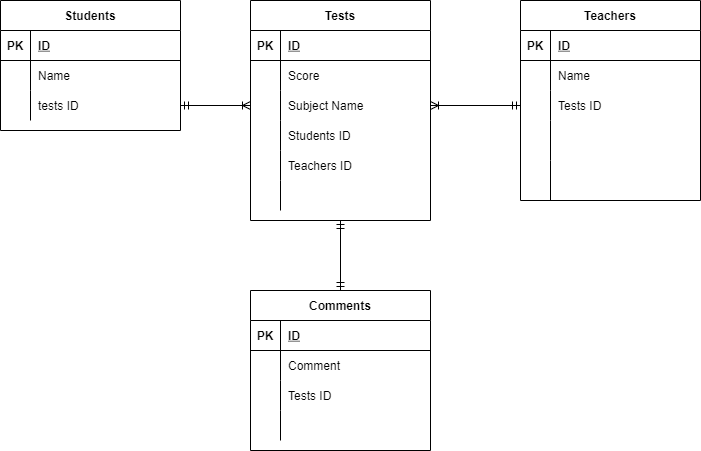
taromatsuo0422/er-test keeps this draw.io diagram as index.drawio.png. Above is the earlier version. Source tidied: cells renumbered, new cells last; positions are measured from the earlier drawing's top-left corner, leaving out a move shared by most shapes.
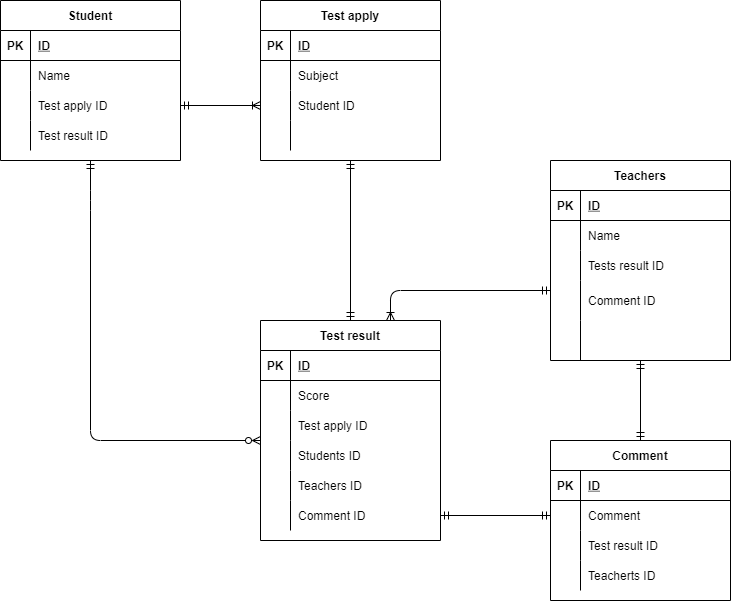
The same diagram one commit later.

The edit, as a diff of the source:
```diff
@@ -2,8 +2,8 @@
   <root>
     <mxCell id="0" />
     <mxCell id="1" parent="0" />
-    <mxCell id="2" value="Students" style="shape=table;startSize=30;rowLines=0;fontStyle=1;align=center;" parent="1" vertex="1">
-      <mxGeometry width="180" height="130" as="geometry" />
+    <mxCell id="2" value="Student" style="shape=table;startSize=30;rowLines=0;fontStyle=1;align=center;" parent="1" vertex="1">
+      <mxGeometry width="180" height="160" as="geometry" />
     </mxCell>
     <mxCell id="3" style="shape=partialRectangle;fillColor=none;top=0;left=0;bottom=1;right=0;" parent="2" vertex="1">
       <mxGeometry y="30" width="180" height="30" as="geometry" />
@@ -29,14 +29,23 @@
     <mxCell id="10" style="shape=partialRectangle;fillColor=none;top=0;left=0;bottom=0;right=0;overflow=hidden;" parent="9" vertex="1">
       <mxGeometry width="30" height="30" as="geometry" />
     </mxCell>
-    <mxCell id="11" value="tests ID" style="shape=partialRectangle;fillColor=none;top=0;left=0;bottom=0;right=0;align=left;spacingLeft=6;overflow=hidden;" parent="9" vertex="1">
+    <mxCell id="11" value="Test apply ID" style="shape=partialRectangle;fillColor=none;top=0;left=0;bottom=0;right=0;align=left;spacingLeft=6;overflow=hidden;" parent="9" vertex="1">
       <mxGeometry x="30" width="150" height="30" as="geometry" />
     </mxCell>
+    <mxCell id="63" style="shape=partialRectangle;fillColor=none;top=0;left=0;bottom=0;right=0;" parent="2" vertex="1">
+      <mxGeometry y="120" width="180" height="30" as="geometry" />
+    </mxCell>
+    <mxCell id="64" style="shape=partialRectangle;fillColor=none;top=0;left=0;bottom=0;right=0;overflow=hidden;" parent="63" vertex="1">
+      <mxGeometry width="30" height="30" as="geometry" />
+    </mxCell>
+    <mxCell id="65" value="Test result ID" style="shape=partialRectangle;fillColor=none;top=0;left=0;bottom=0;right=0;align=left;spacingLeft=6;overflow=hidden;" parent="63" vertex="1">
+      <mxGeometry x="30" width="150" height="30" as="geometry" />
+    </mxCell>
-    <mxCell id="12" style="edgeStyle=none;html=1;exitX=0.5;exitY=1;exitDx=0;exitDy=0;entryX=0.5;entryY=0;entryDx=0;entryDy=0;startArrow=ERmandOne;startFill=0;endArrow=ERmandOne;endFill=0;" parent="1" edge="1" source="13" target="48">
+    <mxCell id="12" style="edgeStyle=none;html=1;entryX=0;entryY=0.5;entryDx=0;entryDy=0;startArrow=ERmandOne;startFill=0;endArrow=ERmandOne;endFill=0;exitX=1;exitY=0.5;exitDx=0;exitDy=0;" parent="1" edge="1" source="29" target="52">
       <mxGeometry relative="1" as="geometry" />
     </mxCell>
-    <mxCell id="13" value="Tests" style="shape=table;startSize=30;rowLines=0;fontStyle=1;align=center;" parent="1" vertex="1">
-      <mxGeometry x="250" width="180" height="220" as="geometry" />
+    <mxCell id="13" value="Test result" style="shape=table;startSize=30;rowLines=0;fontStyle=1;align=center;" parent="1" vertex="1">
+      <mxGeometry x="260" y="320" width="180" height="220" as="geometry" />
     </mxCell>
     <mxCell id="14" style="shape=partialRectangle;fillColor=none;top=0;left=0;bottom=1;right=0;" parent="13" vertex="1">
       <mxGeometry y="30" width="180" height="30" as="geometry" />
@@ -62,7 +71,7 @@
     <mxCell id="21" style="shape=partialRectangle;fillColor=none;top=0;left=0;bottom=0;right=0;overflow=hidden;" parent="20" vertex="1">
       <mxGeometry width="30" height="30" as="geometry" />
     </mxCell>
-    <mxCell id="22" value="Subject Name" style="shape=partialRectangle;fillColor=none;top=0;left=0;bottom=0;right=0;align=left;spacingLeft=6;overflow=hidden;" parent="20" vertex="1">
+    <mxCell id="22" value="Test apply ID" style="shape=partialRectangle;fillColor=none;top=0;left=0;bottom=0;right=0;align=left;spacingLeft=6;overflow=hidden;" parent="20" vertex="1">
       <mxGeometry x="30" width="150" height="30" as="geometry" />
     </mxCell>
     <mxCell id="23" style="shape=partialRectangle;fillColor=none;top=0;left=0;bottom=0;right=0;" parent="13" vertex="1">
@@ -89,11 +98,11 @@
     <mxCell id="30" style="shape=partialRectangle;fillColor=none;top=0;left=0;bottom=0;right=0;overflow=hidden;" parent="29" vertex="1">
       <mxGeometry width="30" height="30" as="geometry" />
     </mxCell>
-    <mxCell id="31" style="shape=partialRectangle;fillColor=none;top=0;left=0;bottom=0;right=0;align=left;spacingLeft=6;overflow=hidden;" parent="29" vertex="1">
+    <mxCell id="31" value="Comment ID" style="shape=partialRectangle;fillColor=none;top=0;left=0;bottom=0;right=0;align=left;spacingLeft=6;overflow=hidden;" parent="29" vertex="1">
       <mxGeometry x="30" width="150" height="30" as="geometry" />
     </mxCell>
     <mxCell id="32" value="Teachers" style="shape=table;startSize=30;rowLines=0;fontStyle=1;align=center;" parent="1" vertex="1">
-      <mxGeometry x="520" width="180" height="200" as="geometry" />
+      <mxGeometry x="550" y="160" width="180" height="200" as="geometry" />
     </mxCell>
     <mxCell id="33" style="shape=partialRectangle;fillColor=none;top=0;left=0;bottom=1;right=0;" parent="32" vertex="1">
       <mxGeometry y="30" width="180" height="30" as="geometry" />
@@ -119,7 +128,7 @@
     <mxCell id="40" style="shape=partialRectangle;fillColor=none;top=0;left=0;bottom=0;right=0;overflow=hidden;" parent="39" vertex="1">
       <mxGeometry width="30" height="30" as="geometry" />
     </mxCell>
-    <mxCell id="41" value="Tests ID" style="shape=partialRectangle;fillColor=none;top=0;left=0;bottom=0;right=0;align=left;spacingLeft=6;overflow=hidden;" parent="39" vertex="1">
+    <mxCell id="41" value="Tests result ID" style="shape=partialRectangle;fillColor=none;top=0;left=0;bottom=0;right=0;align=left;spacingLeft=6;overflow=hidden;" parent="39" vertex="1">
       <mxGeometry x="30" width="150" height="30" as="geometry" />
     </mxCell>
     <mxCell id="42" style="shape=partialRectangle;fillColor=none;top=0;left=0;bottom=0;right=0;points=[[0,0.5],[1,0.5]];portConstraint=eastwest;" parent="32" vertex="1">
@@ -128,7 +137,7 @@
     <mxCell id="43" style="shape=partialRectangle;fillColor=none;top=0;left=0;bottom=0;right=0;overflow=hidden;" parent="42" vertex="1">
       <mxGeometry width="30" height="40" as="geometry" />
     </mxCell>
-    <mxCell id="44" style="shape=partialRectangle;fillColor=none;top=0;left=0;bottom=0;right=0;align=left;spacingLeft=6;overflow=hidden;" parent="42" vertex="1">
+    <mxCell id="44" value="Comment ID" style="shape=partialRectangle;fillColor=none;top=0;left=0;bottom=0;right=0;align=left;spacingLeft=6;overflow=hidden;" parent="42" vertex="1">
       <mxGeometry x="30" width="150" height="40" as="geometry" />
     </mxCell>
     <mxCell id="45" style="shape=partialRectangle;fillColor=none;top=0;left=0;bottom=0;right=0;" parent="32" vertex="1">
@@ -140,8 +149,13 @@
     <mxCell id="47" style="shape=partialRectangle;fillColor=none;top=0;left=0;bottom=0;right=0;align=left;spacingLeft=6;overflow=hidden;" parent="45" vertex="1">
       <mxGeometry x="30" width="150" height="40" as="geometry" />
     </mxCell>
+    <mxCell id="66" style="edgeStyle=none;html=1;exitX=0.5;exitY=0;exitDx=0;exitDy=0;startArrow=ERmandOne;startFill=0;endArrow=ERmandOne;endFill=0;" parent="1" edge="1" source="48">
+      <mxGeometry relative="1" as="geometry">
+        <mxPoint x="640" y="360" as="targetPoint" />
+      </mxGeometry>
+    </mxCell>
-    <mxCell id="48" value="Comments" style="shape=table;startSize=30;rowLines=0;fontStyle=1;align=center;" parent="1" vertex="1">
-      <mxGeometry x="250" y="290" width="180" height="160" as="geometry" />
+    <mxCell id="48" value="Comment" style="shape=table;startSize=30;rowLines=0;fontStyle=1;align=center;" parent="1" vertex="1">
+      <mxGeometry x="550" y="440" width="180" height="160" as="geometry" />
     </mxCell>
     <mxCell id="49" style="shape=partialRectangle;fillColor=none;top=0;left=0;bottom=1;right=0;" parent="48" vertex="1">
       <mxGeometry y="30" width="180" height="30" as="geometry" />
@@ -167,7 +181,7 @@
     <mxCell id="56" style="shape=partialRectangle;fillColor=none;top=0;left=0;bottom=0;right=0;overflow=hidden;" parent="55" vertex="1">
       <mxGeometry width="30" height="30" as="geometry" />
     </mxCell>
-    <mxCell id="57" value="Tests ID" style="shape=partialRectangle;fillColor=none;top=0;left=0;bottom=0;right=0;align=left;spacingLeft=6;overflow=hidden;" parent="55" vertex="1">
+    <mxCell id="57" value="Test result ID" style="shape=partialRectangle;fillColor=none;top=0;left=0;bottom=0;right=0;align=left;spacingLeft=6;overflow=hidden;" parent="55" vertex="1">
       <mxGeometry x="30" width="150" height="30" as="geometry" />
     </mxCell>
     <mxCell id="58" style="shape=partialRectangle;fillColor=none;top=0;left=0;bottom=0;right=0;" parent="48" vertex="1">
@@ -176,14 +190,71 @@
     <mxCell id="59" style="shape=partialRectangle;fillColor=none;top=0;left=0;bottom=0;right=0;overflow=hidden;" parent="58" vertex="1">
       <mxGeometry width="30" height="30" as="geometry" />
     </mxCell>
-    <mxCell id="60" style="shape=partialRectangle;fillColor=none;top=0;left=0;bottom=0;right=0;align=left;spacingLeft=6;overflow=hidden;" parent="58" vertex="1">
+    <mxCell id="60" value="Teacherts ID" style="shape=partialRectangle;fillColor=none;top=0;left=0;bottom=0;right=0;align=left;spacingLeft=6;overflow=hidden;" parent="58" vertex="1">
       <mxGeometry x="30" width="150" height="30" as="geometry" />
     </mxCell>
-    <mxCell id="61" style="edgeStyle=none;html=1;entryX=0;entryY=0.5;entryDx=0;entryDy=0;endArrow=ERoneToMany;endFill=0;startArrow=ERmandOne;startFill=0;" parent="1" edge="1" source="9" target="20">
-      <mxGeometry relative="1" as="geometry" />
+    <mxCell id="61" style="edgeStyle=none;html=1;endArrow=ERzeroToMany;endFill=0;startArrow=ERmandOne;startFill=0;" parent="1" edge="1">
+      <mxGeometry relative="1" as="geometry">
+        <mxPoint x="90" y="160" as="sourcePoint" />
+        <mxPoint x="260" y="440" as="targetPoint" />
+        <Array as="points">
+          <mxPoint x="90" y="200" />
+          <mxPoint x="90" y="440" />
+        </Array>
+      </mxGeometry>
     </mxCell>
-    <mxCell id="62" style="edgeStyle=none;html=1;exitX=1;exitY=0.5;exitDx=0;exitDy=0;entryX=0;entryY=0.5;entryDx=0;entryDy=0;startArrow=ERoneToMany;startFill=0;endArrow=ERmandOne;endFill=0;" parent="1" edge="1" source="20" target="39">
-      <mxGeometry relative="1" as="geometry" />
+    <mxCell id="62" style="edgeStyle=none;html=1;entryX=0;entryY=0.25;entryDx=0;entryDy=0;startArrow=ERoneToMany;startFill=0;endArrow=ERmandOne;endFill=0;entryPerimeter=0;" parent="1" edge="1" target="42">
+      <mxGeometry relative="1" as="geometry">
+        <mxPoint x="390" y="320" as="sourcePoint" />
+        <Array as="points">
+          <mxPoint x="390" y="290" />
+        </Array>
+      </mxGeometry>
     </mxCell>
+    <mxCell id="67" style="edgeStyle=none;html=1;exitX=0.5;exitY=1;exitDx=0;exitDy=0;entryX=0.5;entryY=0;entryDx=0;entryDy=0;startArrow=ERmandOne;startFill=0;endArrow=ERmandOne;endFill=0;" parent="1" edge="1" source="68" target="13">
+      <mxGeometry relative="1" as="geometry" />
+    </mxCell>
+    <mxCell id="68" value="Test apply" style="shape=table;startSize=30;rowLines=0;fontStyle=1;align=center;" parent="1" vertex="1">
+      <mxGeometry x="260" width="180" height="160" as="geometry" />
+    </mxCell>
+    <mxCell id="69" style="shape=partialRectangle;fillColor=none;top=0;left=0;bottom=1;right=0;" parent="68" vertex="1">
+      <mxGeometry y="30" width="180" height="30" as="geometry" />
+    </mxCell>
+    <mxCell id="70" value="PK" style="shape=partialRectangle;fillColor=none;top=0;left=0;bottom=0;right=0;fontStyle=1;overflow=hidden;" parent="69" vertex="1">
+      <mxGeometry width="30" height="30" as="geometry" />
+    </mxCell>
+    <mxCell id="71" value="ID" style="shape=partialRectangle;fillColor=none;top=0;left=0;bottom=0;right=0;align=left;spacingLeft=6;fontStyle=5;overflow=hidden;" parent="69" vertex="1">
+      <mxGeometry x="30" width="150" height="30" as="geometry" />
+    </mxCell>
+    <mxCell id="72" style="shape=partialRectangle;fillColor=none;top=0;left=0;bottom=0;right=0;" parent="68" vertex="1">
+      <mxGeometry y="60" width="180" height="30" as="geometry" />
+    </mxCell>
+    <mxCell id="73" style="shape=partialRectangle;fillColor=none;top=0;left=0;bottom=0;right=0;overflow=hidden;" parent="72" vertex="1">
+      <mxGeometry width="30" height="30" as="geometry" />
+    </mxCell>
+    <mxCell id="74" value="Subject" style="shape=partialRectangle;fillColor=none;top=0;left=0;bottom=0;right=0;align=left;spacingLeft=6;overflow=hidden;" parent="72" vertex="1">
+      <mxGeometry x="30" width="150" height="30" as="geometry" />
+    </mxCell>
+    <mxCell id="75" style="shape=partialRectangle;fillColor=none;top=0;left=0;bottom=0;right=0;points=[[0,0.5],[1,0.5]];portConstraint=eastwest;" parent="68" vertex="1">
+      <mxGeometry y="90" width="180" height="30" as="geometry" />
+    </mxCell>
+    <mxCell id="76" style="shape=partialRectangle;fillColor=none;top=0;left=0;bottom=0;right=0;overflow=hidden;" parent="75" vertex="1">
+      <mxGeometry width="30" height="30" as="geometry" />
+    </mxCell>
+    <mxCell id="77" value="Student ID" style="shape=partialRectangle;fillColor=none;top=0;left=0;bottom=0;right=0;align=left;spacingLeft=6;overflow=hidden;" parent="75" vertex="1">
+      <mxGeometry x="30" width="150" height="30" as="geometry" />
+    </mxCell>
+    <mxCell id="78" style="shape=partialRectangle;fillColor=none;top=0;left=0;bottom=0;right=0;" parent="68" vertex="1">
+      <mxGeometry y="120" width="180" height="30" as="geometry" />
+    </mxCell>
+    <mxCell id="79" style="shape=partialRectangle;fillColor=none;top=0;left=0;bottom=0;right=0;overflow=hidden;" parent="78" vertex="1">
+      <mxGeometry width="30" height="30" as="geometry" />
+    </mxCell>
+    <mxCell id="80" style="shape=partialRectangle;fillColor=none;top=0;left=0;bottom=0;right=0;align=left;spacingLeft=6;overflow=hidden;" parent="78" vertex="1">
+      <mxGeometry x="30" width="150" height="30" as="geometry" />
+    </mxCell>
+    <mxCell id="81" style="edgeStyle=none;html=1;exitX=1;exitY=0.5;exitDx=0;exitDy=0;entryX=0;entryY=0.5;entryDx=0;entryDy=0;startArrow=ERmandOne;startFill=0;endArrow=ERoneToMany;endFill=0;" parent="1" edge="1" source="9" target="75">
+      <mxGeometry relative="1" as="geometry" />
+    </mxCell>
   </root>
 </mxGraphModel>
```
